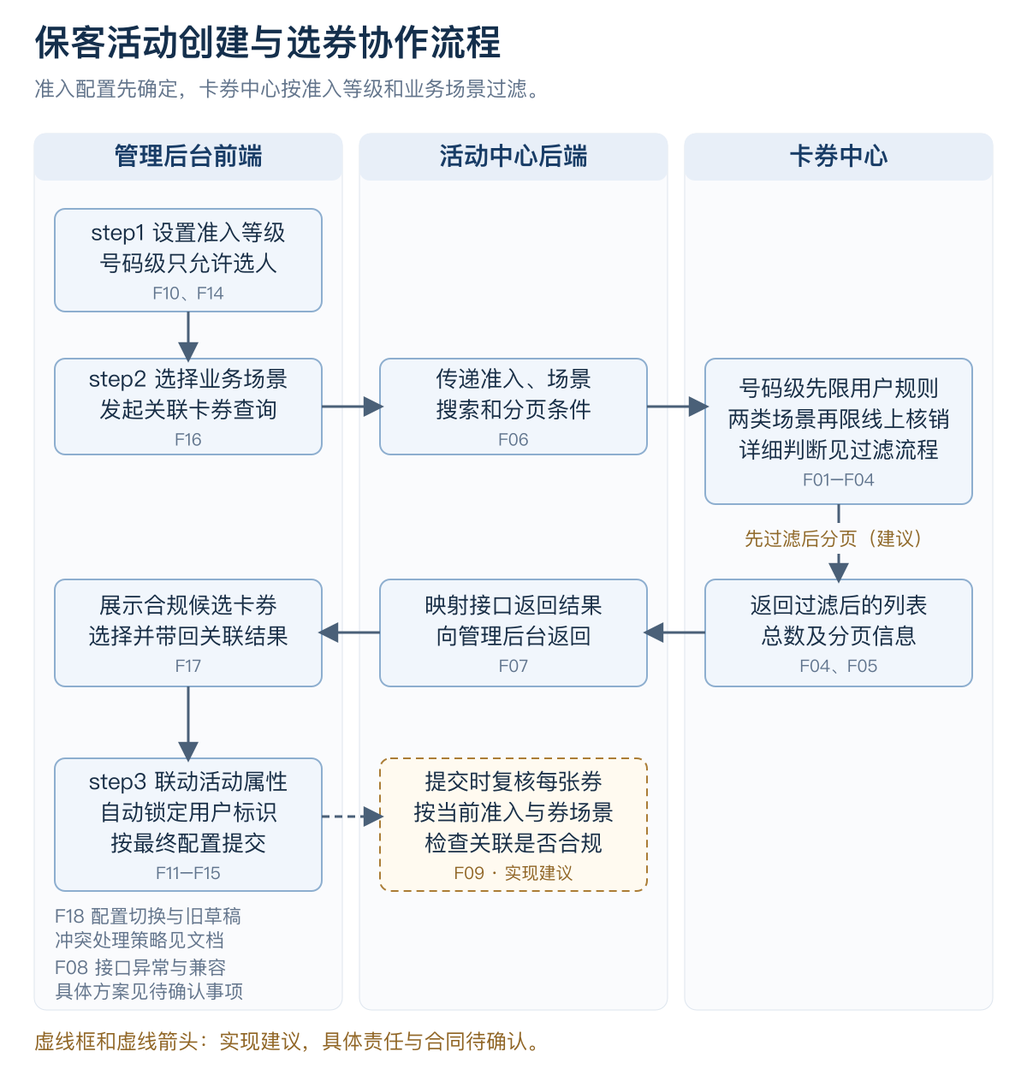
This is retention-activity/docs/流程图/01_三系统协作流程.png from huanghaofa/combo-activity-tiered-claim-prototype, a Mermaid export, as it was before one commit. Its source is kept beside it as retention-activity/docs/流程图/01_三系统协作流程.mmd.
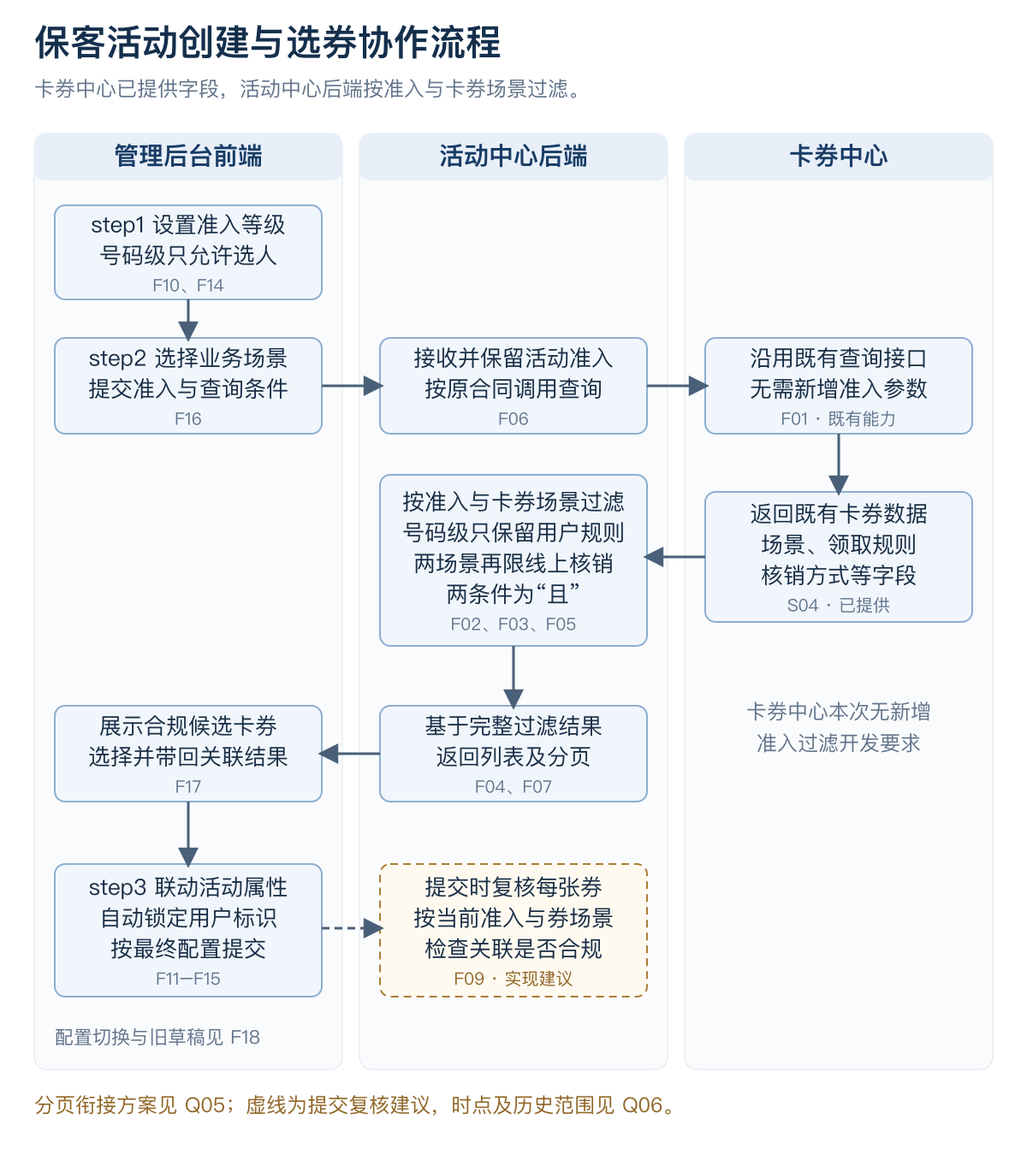
The same file after the commit.

What changed in the source:
```diff
@@ -1,20 +1,19 @@
 flowchart TB
   subgraph FE[管理后台前端]
     A1[step1 设置准入等级；号码级只允许选人 F10 F14]
-    A2[step2 选择场景；发起卡券查询 F16]
+    A2[step2 选择场景；提交准入与查询条件 F16]
     A3[展示合规候选券；选择并带回 F17]
     A4[step3 联动属性；锁定标识；提交 F11-F15]
   end
   subgraph BE[活动中心后端]
-    B1[传递准入、场景、搜索及分页 F06]
-    B2[映射并返回查询结果 F07]
-    B3[建议：提交时按当前准入与券场景复核 F09]
+    B1[接收并保留活动准入；按原合同调用查询 F06]
+    B2[读取返回字段；号码级限用户规则；两场景叠加线上核销 F02 F03 F05]
+    B4[基于完整过滤结果返回列表及分页 F04 F07；分页衔接见 Q05]
+    B3[建议：提交时按当前准入与券场景复核 F09；时点范围见 Q06]
   end
-  subgraph CC[卡券中心]
-    C1[号码级限用户规则；两类场景再限线上核销 F01-F04]
-    C2[返回过滤后的列表、总数与分页 F04 F05]
+  subgraph CC[卡券中心 既有能力]
+    C1[沿用既有查询接口；无需新增准入参数 F01]
+    C2[返回既有卡券数据及场景、领取规则、核销方式；用户已确认字段提供 S04]
   end
-  A1 --> A2 --> B1 --> C1
-  C1 -->|建议：过滤后统计分页| C2
-  C2 --> B2 --> A3 --> A4
+  A1 --> A2 --> B1 --> C1 --> C2 --> B2 --> B4 --> A3 --> A4
   A4 -.-> B3
```
